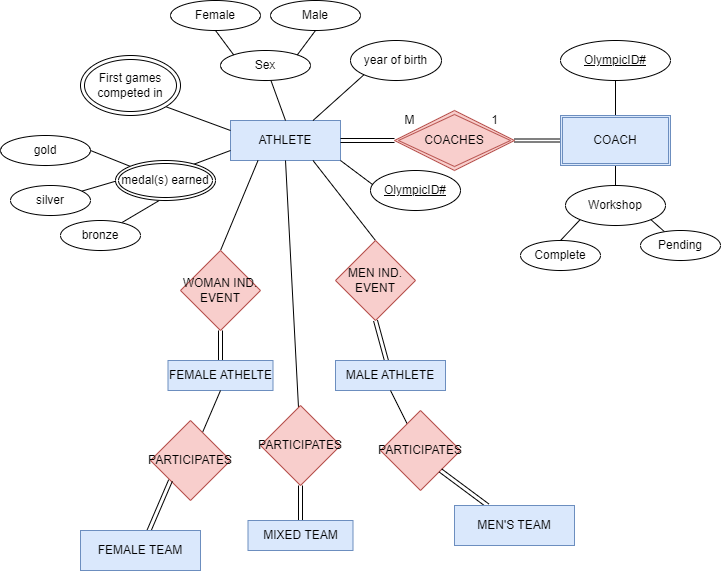
Before: ER diagram A4.drawio.png, a diagram exported from draw.io (Alphamale42/Data-modelling). Source tidied: cells renumbered, new cells last; positions are measured from the earlier drawing's top-left corner, leaving out a move shared by most shapes.
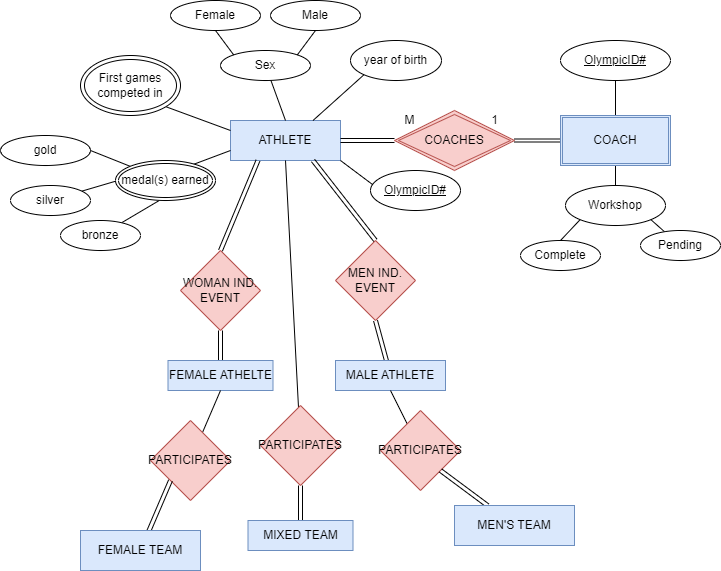
After the change.

What changed in the source:
```diff
@@ -77,13 +77,13 @@
     <mxCell id="26" value="year of birth" style="ellipse;whiteSpace=wrap;html=1;" parent="1" vertex="1">
       <mxGeometry x="350" y="40" width="91" height="40" as="geometry" />
     </mxCell>
-    <mxCell id="27" style="endArrow=none;html=1;rounded=0;exitX=0.25;exitY=1;exitDx=0;exitDy=0;entryX=0.5;entryY=0;entryDx=0;entryDy=0;" parent="1" edge="1" source="2" target="28">
+    <mxCell id="27" style="endArrow=none;html=1;rounded=0;exitX=0.25;exitY=1;exitDx=0;exitDy=0;entryX=0.5;entryY=0;entryDx=0;entryDy=0;shape=link;" parent="1" edge="1" source="2" target="28">
       <mxGeometry relative="1" as="geometry" />
     </mxCell>
     <mxCell id="28" value="WOMAN IND. EVENT" style="rhombus;whiteSpace=wrap;html=1;fillColor=#f8cecc;strokeColor=#b85450;" parent="1" vertex="1">
       <mxGeometry x="180" y="250" width="80" height="80" as="geometry" />
     </mxCell>
-    <mxCell id="29" style="endArrow=none;html=1;rounded=0;exitX=0.75;exitY=1;exitDx=0;exitDy=0;entryX=0.5;entryY=0;entryDx=0;entryDy=0;" parent="1" edge="1" source="2" target="30">
+    <mxCell id="29" style="endArrow=none;html=1;rounded=0;exitX=0.75;exitY=1;exitDx=0;exitDy=0;entryX=0.5;entryY=0;entryDx=0;entryDy=0;shape=link;" parent="1" edge="1" source="2" target="30">
       <mxGeometry relative="1" as="geometry" />
     </mxCell>
     <mxCell id="30" value="MEN IND. EVENT" style="rhombus;whiteSpace=wrap;html=1;fillColor=#f8cecc;strokeColor=#b85450;" parent="1" vertex="1">
```
